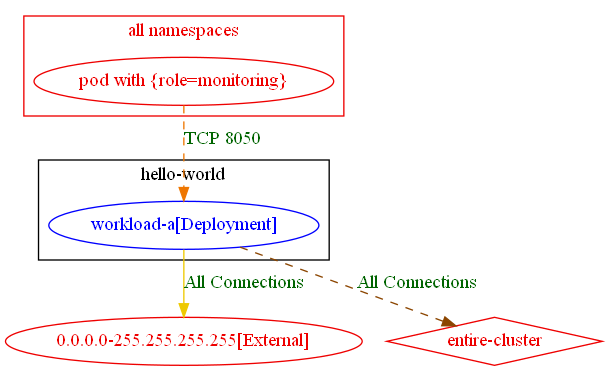
Above: test_outputs/connlist/exposure_test_conn_with_pod_selector_in_any_ns_exposure_output.dot.png in np-guard/netpol-analyzer (Graphviz), before the change. Its source is kept beside it as test_outputs/connlist/exposure_test_conn_with_pod_selector_in_any_ns_exposure_output.dot.
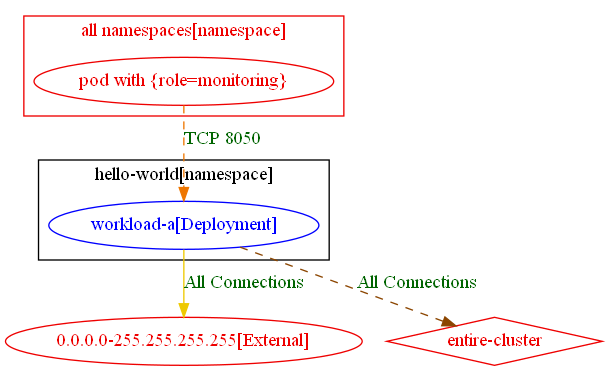
Later version of the same file.

What changed in the source:
```diff
@@ -1,15 +1,15 @@
 digraph {
-	subgraph "cluster_hello_world" {
+	subgraph "cluster_hello_world[namespace]" {
 		color="black"
 		fontcolor="black"
 		"hello-world/workload-a[Deployment]" [label="workload-a[Deployment]" color="blue" fontcolor="blue"]
-		label="hello-world"
+		label="hello-world[namespace]"
 	}
-	subgraph "cluster_all namespaces" {
+	subgraph "cluster_all namespaces[namespace]" {
 		color="red2"
 		fontcolor="red2"
 		"pod with {role=monitoring}_in_all namespaces" [label="pod with {role=monitoring}" color="red2" fontcolor="red2"]
-		label="all namespaces"
+		label="all namespaces[namespace]"
 	}
 	"0.0.0.0-255.255.255.255[External]" [label="0.0.0.0-255.255.255.255[External]" color="red2" fontcolor="red2"]
 	"entire-cluster" [label="entire-cluster" color="red2" fontcolor="red2" shape=diamond]
```
